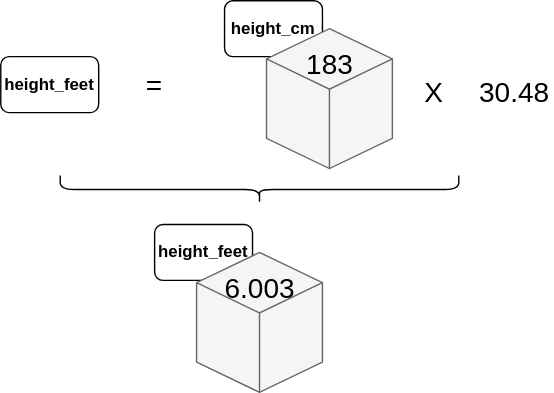
This is trend_course/images/var3.svg from bgur123/python-beginners-course, a draw.io export, as it was before one commit. Source tidied: cells renumbered, new cells last; positions are measured from the earlier drawing's top-left corner, leaving out a move shared by most shapes.
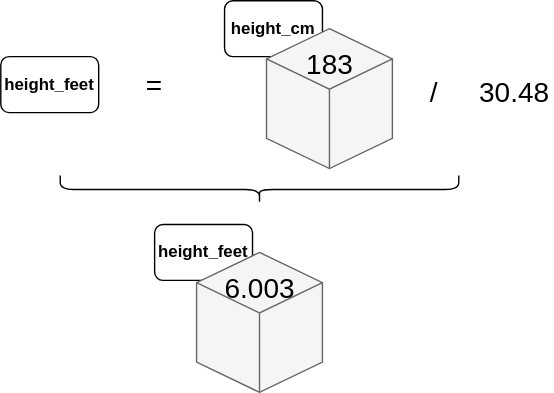
After the commit.

The edit, as a diff of the source:
```diff
@@ -14,7 +14,7 @@
     <mxCell id="5" value="30.48" style="text;html=1;strokeColor=none;fillColor=none;align=center;verticalAlign=middle;whiteSpace=wrap;rounded=0;fontSize=20;" parent="1" vertex="1">
       <mxGeometry x="340" y="58" width="55" height="30" as="geometry" />
     </mxCell>
-    <mxCell id="6" value="X" style="text;html=1;strokeColor=none;fillColor=none;align=center;verticalAlign=middle;whiteSpace=wrap;rounded=0;fontSize=20;" parent="1" vertex="1">
+    <mxCell id="6" value="/" style="text;html=1;strokeColor=none;fillColor=none;align=center;verticalAlign=middle;whiteSpace=wrap;rounded=0;fontSize=20;" parent="1" vertex="1">
       <mxGeometry x="290" y="63" width="40" height="20" as="geometry" />
     </mxCell>
     <mxCell id="7" value="height_feet" style="rounded=1;whiteSpace=wrap;html=1;fontStyle=1;" parent="1" vertex="1">
```
